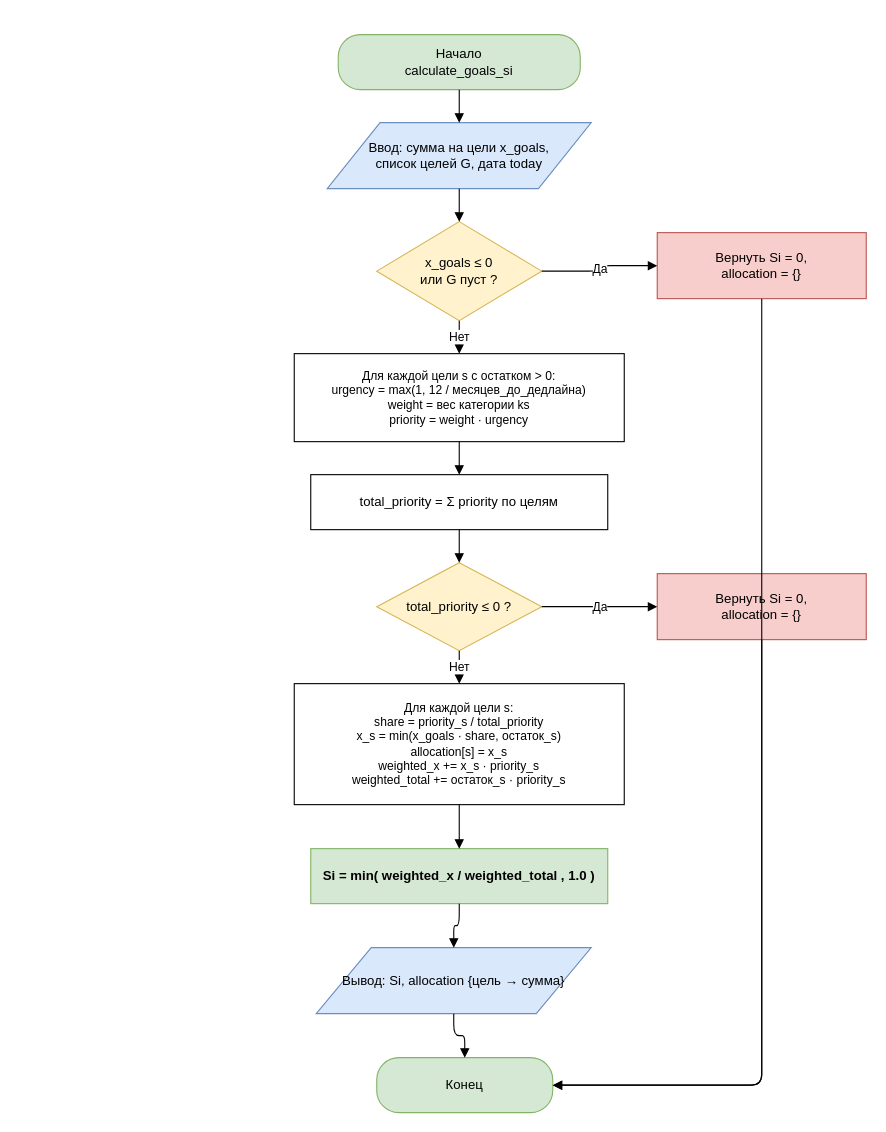
The draw.io diagram docs/diagrams/03_goals_si_GOST.drawio in vevdokimovm/personal-finance-dss, before the edit. Source tidied: cells renumbered, new cells numbered last; positions are measured from the earlier drawing's top-left corner, leaving out a move shared by most shapes. Both pictures are drawn from the tidied source at 110%, with x=0, y=0 at pixel (294, 34).
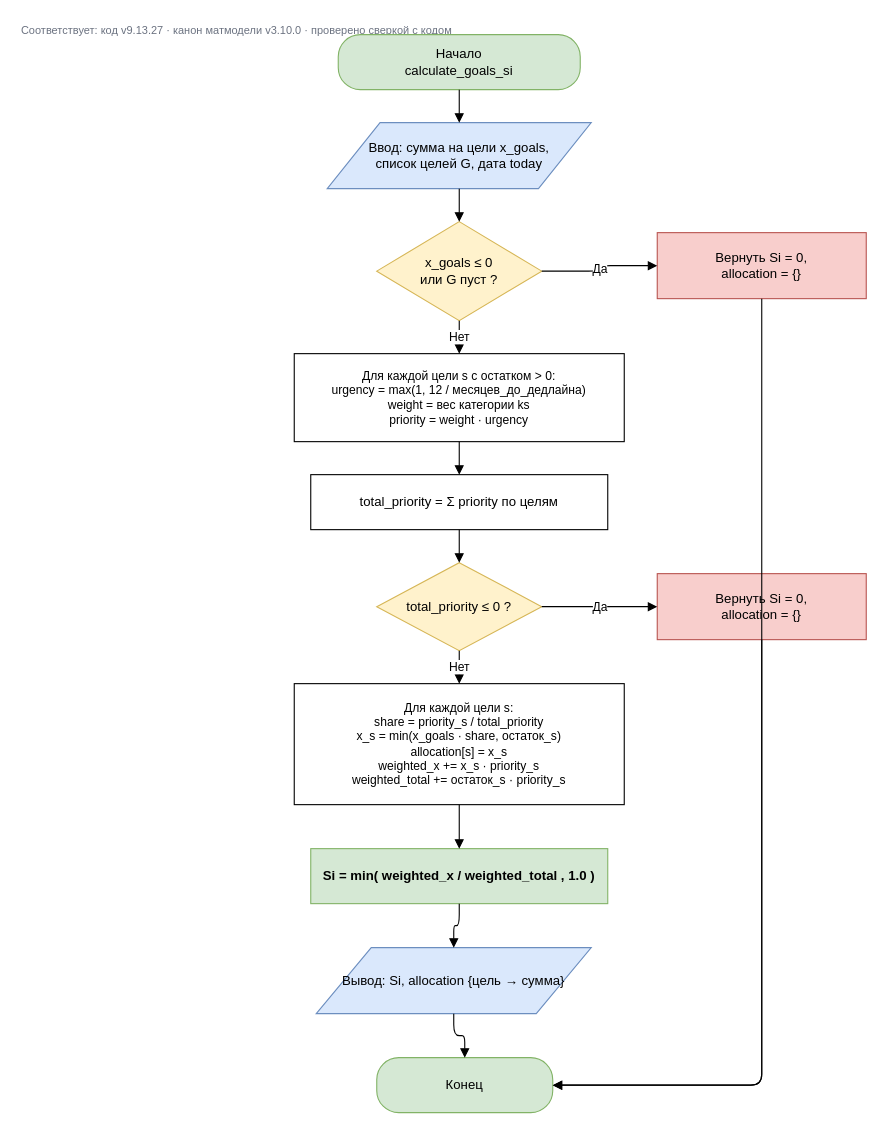
Above is the later version.

What changed in the source:
```diff
@@
+    <mxCell id="27" value="Соответствует: код v9.13.27 · канон матмодели v3.10.0 · проверено сверкой с кодом" style="text;html=1;strokeColor=none;fillColor=none;align=left;verticalAlign=middle;fontSize=10;fontColor=#6b7280;" parent="1" vertex="1">
+      <mxGeometry x="-250" y="-14" width="520" height="20" as="geometry" />
+    </mxCell>
```
